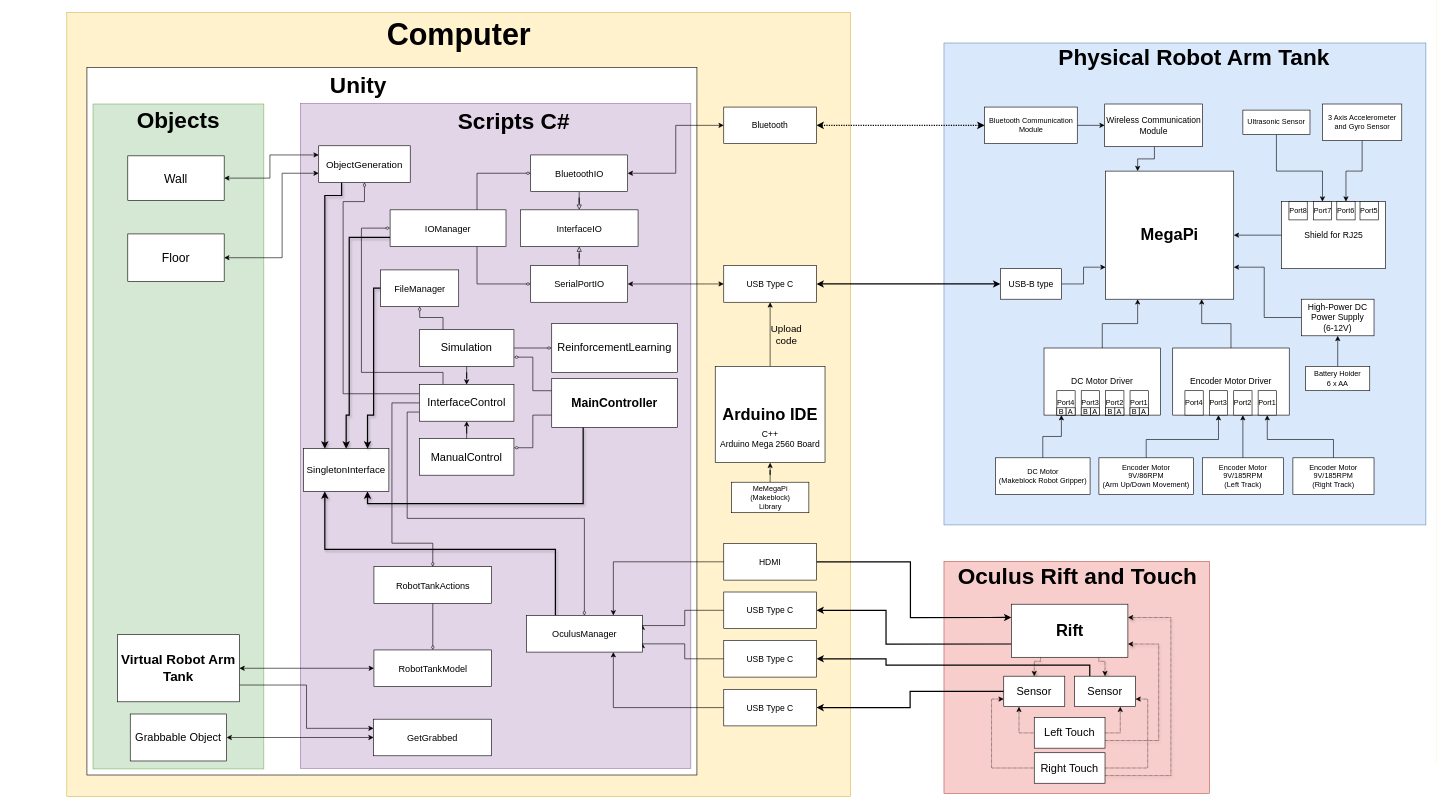
crirex/Robotic_Arm keeps this draw.io diagram as Documentation/Diagram/Mobile Robotic Manipulator.drawio. Above is the earlier version. Source tidied: cells renumbered, new cells numbered last; positions are measured from the earlier drawing's top-left corner, leaving out a move shared by most shapes. Both pictures are drawn from the tidied source at 61%, with x=0, y=0 at pixel (10, 10).
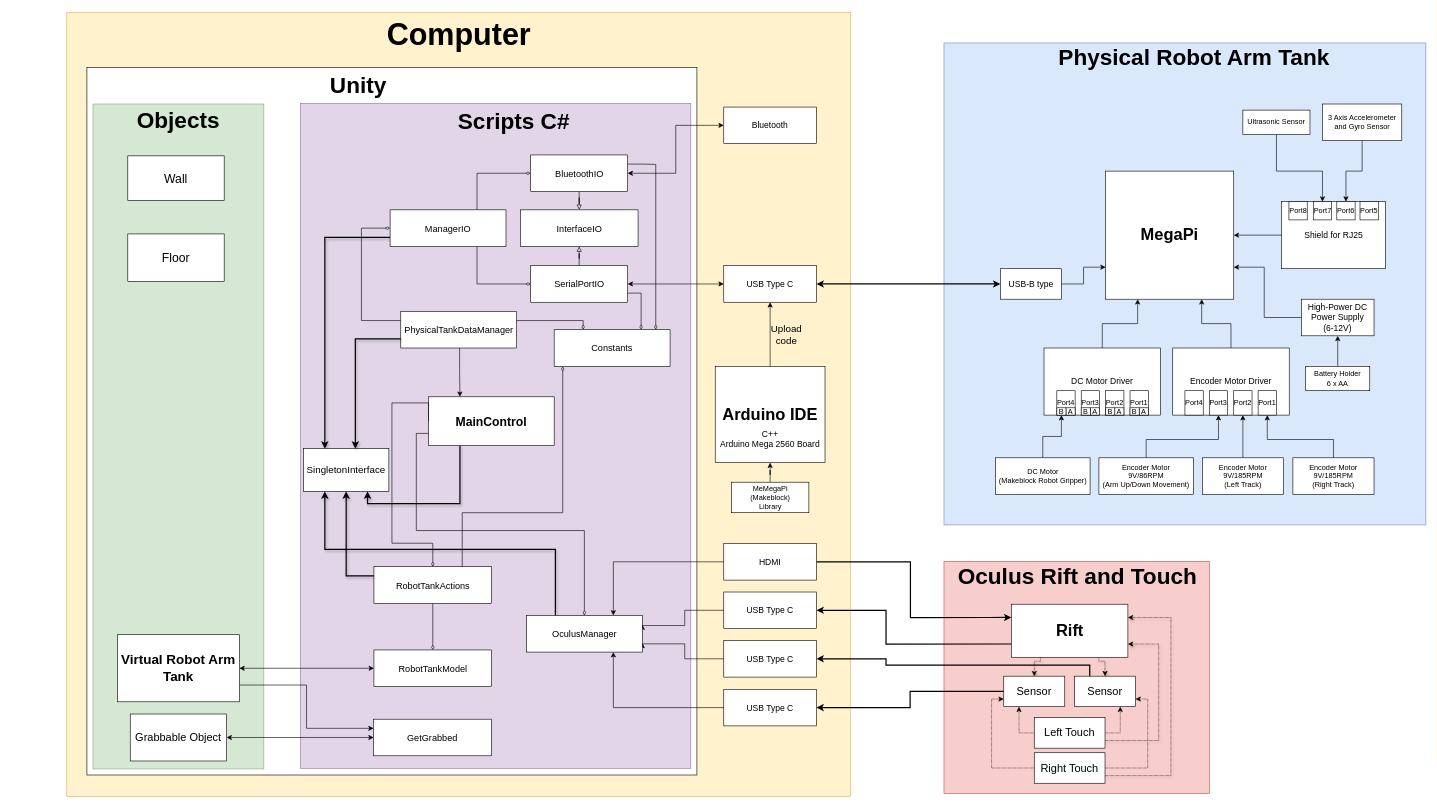
Above is the later version.

The change refers to these unchanged cells:
```xml
<mxCell id="3" value="&lt;font style=&quot;font-size: 27px;&quot;&gt;MegaPi&lt;/font&gt;" style="whiteSpace=wrap;html=1;align=center;fontStyle=1;fontSize=27;" parent="1" vertex="1">
  <mxGeometry x="1795" y="263" width="210" height="210" as="geometry" />
</mxCell>
<mxCell id="81" value="Bluetooth" style="whiteSpace=wrap;html=1;align=center;fontSize=14;" parent="1" vertex="1">
  <mxGeometry x="1169" y="158" width="152" height="60" as="geometry" />
</mxCell>
<mxCell id="96" value="BluetoothIO" style="whiteSpace=wrap;html=1;align=center;fontSize=15;" parent="1" vertex="1">
  <mxGeometry x="852.5" y="236.5" width="159" height="60" as="geometry" />
</mxCell>
<mxCell id="99" value="SerialPortIO" style="whiteSpace=wrap;html=1;align=center;fontSize=15;" parent="1" vertex="1">
  <mxGeometry x="852.5" y="418" width="159" height="60" as="geometry" />
</mxCell>
<mxCell id="113" value="OculusManager" style="whiteSpace=wrap;html=1;align=center;fontSize=15;" parent="1" vertex="1">
  <mxGeometry x="845.5" y="991.5" width="190" height="60" as="geometry" />
</mxCell>
<mxCell id="120" value="&lt;span style=&quot;font-size: 20px;&quot;&gt;Floor&lt;br style=&quot;font-size: 20px;&quot;&gt;&lt;/span&gt;" style="whiteSpace=wrap;html=1;align=center;fontSize=20;fontStyle=0;" parent="1" vertex="1">
  <mxGeometry x="192" y="366" width="158" height="78" as="geometry" />
</mxCell>
<mxCell id="124" value="&lt;span style=&quot;font-size: 20px;&quot;&gt;Wall&lt;/span&gt;" style="whiteSpace=wrap;html=1;align=center;fontSize=20;fontStyle=0;" parent="1" vertex="1">
  <mxGeometry x="192" y="238" width="158" height="73" as="geometry" />
</mxCell>
<mxCell id="129" value="RobotTankActions" style="whiteSpace=wrap;html=1;align=center;fontSize=15;" parent="1" vertex="1">
  <mxGeometry x="595.5" y="911.5" width="193" height="60" as="geometry" />
</mxCell>
<mxCell id="130" value="SingletonInterface" style="whiteSpace=wrap;html=1;align=center;fontSize=16;" parent="1" vertex="1">
  <mxGeometry x="480" y="718" width="140" height="70" as="geometry" />
</mxCell>
```

What changed in the source:
```diff
@@
-    <mxCell id="49" style="edgeStyle=orthogonalEdgeStyle;rounded=0;jettySize=auto;html=1;entryX=0.25;entryY=0;entryDx=0;entryDy=0;fontSize=27;" parent="1" edge="1" source="50" target="3">
-      <mxGeometry relative="1" as="geometry">
-        <Array as="points">
-          <mxPoint x="1875" y="243" />
-          <mxPoint x="1847" y="243" />
-        </Array>
-      </mxGeometry>
-    </mxCell>
-    <mxCell id="50" value="Wireless Communication Module" style="whiteSpace=wrap;html=1;align=center;fontSize=14;" parent="1" vertex="1">
-      <mxGeometry x="1793.5" y="153" width="160" height="70" as="geometry" />
-    </mxCell>
-    <mxCell id="51" style="edgeStyle=orthogonalEdgeStyle;rounded=0;jettySize=auto;html=1;entryX=0;entryY=0.5;entryDx=0;entryDy=0;fontSize=12;" parent="1" edge="1" source="52" target="50">
-      <mxGeometry relative="1" as="geometry" />
-    </mxCell>
-    <mxCell id="52" value="Bluetooth Communication Module" style="whiteSpace=wrap;html=1;align=center;fontSize=12;" parent="1" vertex="1">
-      <mxGeometry x="1596.5" y="158" width="152" height="60" as="geometry" />
-    </mxCell>
@@
-    <mxCell id="54" style="edgeStyle=none;rounded=0;comic=0;jumpStyle=none;jettySize=auto;html=1;entryX=0;entryY=0.5;entryDx=0;entryDy=0;shadow=0;startArrow=classic;startFill=1;strokeColor=#000000;strokeWidth=2;fontSize=14;dashed=1;dashPattern=1 1;" parent="1" edge="1" source="81" target="52">
-      <mxGeometry relative="1" as="geometry" />
-    </mxCell>
@@
-    <mxCell id="100" style="edgeStyle=orthogonalEdgeStyle;rounded=0;jettySize=auto;html=1;exitX=0;exitY=0.25;exitDx=0;exitDy=0;entryX=1;entryY=0.75;entryDx=0;entryDy=0;startArrow=none;startFill=0;endArrow=diamondThin;endFill=0;fontSize=20;" parent="1" edge="1" source="103" target="134">
-      <mxGeometry relative="1" as="geometry" />
-    </mxCell>
-    <mxCell id="101" style="edgeStyle=orthogonalEdgeStyle;rounded=0;jettySize=auto;html=1;exitX=0;exitY=0.75;exitDx=0;exitDy=0;entryX=1;entryY=0.25;entryDx=0;entryDy=0;startArrow=none;startFill=0;endArrow=diamondThin;endFill=0;fontSize=20;" parent="1" edge="1" source="103" target="137">
-      <mxGeometry relative="1" as="geometry" />
-    </mxCell>
-    <mxCell id="102" style="edgeStyle=orthogonalEdgeStyle;rounded=0;jettySize=auto;html=1;exitX=0.25;exitY=1;exitDx=0;exitDy=0;entryX=0.75;entryY=1;entryDx=0;entryDy=0;shadow=1;startArrow=none;startFill=0;endArrow=classic;endFill=1;strokeWidth=2;fontSize=16;" parent="1" edge="1" source="103" target="130">
+    <mxCell id="102" style="edgeStyle=orthogonalEdgeStyle;rounded=0;jettySize=auto;html=1;exitX=0.25;exitY=1;exitDx=0;exitDy=0;shadow=1;startArrow=none;startFill=0;endArrow=classic;endFill=1;strokeWidth=2;fontSize=16;entryX=0.75;entryY=1;entryDx=0;entryDy=0;" parent="1" edge="1" source="103" target="130">
       <mxGeometry relative="1" as="geometry" />
     </mxCell>
-    <mxCell id="103" value="MainController" style="whiteSpace=wrap;html=1;align=center;fontSize=20;fontStyle=1;" parent="1" vertex="1">
-      <mxGeometry x="887" y="603" width="206" height="80" as="geometry" />
+    <mxCell id="103" value="MainControl" style="whiteSpace=wrap;html=1;align=center;fontSize=20;fontStyle=1;" parent="1" vertex="1">
+      <mxGeometry x="685" y="633" width="206" height="80" as="geometry" />
     </mxCell>
@@
-    <mxCell id="106" style="edgeStyle=orthogonalEdgeStyle;rounded=0;jettySize=auto;html=1;exitX=0;exitY=0.75;exitDx=0;exitDy=0;entryX=0.5;entryY=0;entryDx=0;entryDy=0;shadow=1;startArrow=none;startFill=0;endArrow=classic;endFill=1;fontSize=16;strokeWidth=2;" parent="1" edge="1" source="107" target="130">
+    <mxCell id="106" style="edgeStyle=orthogonalEdgeStyle;rounded=0;jettySize=auto;html=1;exitX=0;exitY=0.75;exitDx=0;exitDy=0;shadow=1;startArrow=none;startFill=0;endArrow=classic;endFill=1;fontSize=16;strokeWidth=2;" parent="1" edge="1" source="107" target="130">
       <mxGeometry relative="1" as="geometry">
         <Array as="points">
-          <mxPoint x="555" y="371" />
-          <mxPoint x="555" y="663" />
-          <mxPoint x="550" y="663" />
+          <mxPoint x="515" y="372" />
         </Array>
       </mxGeometry>
     </mxCell>
-    <mxCell id="107" value="IOManager" style="whiteSpace=wrap;html=1;align=center;fontSize=15;" parent="1" vertex="1">
+    <mxCell id="107" value="ManagerIO" style="whiteSpace=wrap;html=1;align=center;fontSize=15;" parent="1" vertex="1">
       <mxGeometry x="622" y="326.5" width="190" height="60" as="geometry" />
     </mxCell>
@@
-    <mxCell id="119" style="edgeStyle=orthogonalEdgeStyle;rounded=0;jettySize=auto;html=1;exitX=1;exitY=0.5;exitDx=0;exitDy=0;entryX=0;entryY=0.75;entryDx=0;entryDy=0;startArrow=classic;startFill=1;endArrow=classic;endFill=1;fontSize=20;" parent="1" edge="1" source="120" target="127">
-      <mxGeometry relative="1" as="geometry">
-        <Array as="points">
-          <mxPoint x="445" y="405" />
-          <mxPoint x="445" y="266" />
-        </Array>
-      </mxGeometry>
-    </mxCell>
@@
-    <mxCell id="123" style="edgeStyle=orthogonalEdgeStyle;rounded=0;jettySize=auto;html=1;exitX=1;exitY=0.5;exitDx=0;exitDy=0;entryX=0;entryY=0.25;entryDx=0;entryDy=0;startArrow=classic;startFill=1;endArrow=classic;endFill=1;fontSize=20;" parent="1" edge="1" source="124" target="127">
-      <mxGeometry relative="1" as="geometry">
-        <Array as="points">
-          <mxPoint x="425" y="275" />
-          <mxPoint x="425" y="236" />
-        </Array>
-      </mxGeometry>
-    </mxCell>
@@
-    <mxCell id="126" style="edgeStyle=orthogonalEdgeStyle;rounded=0;jettySize=auto;html=1;exitX=0.25;exitY=1;exitDx=0;exitDy=0;entryX=0.25;entryY=0;entryDx=0;entryDy=0;startArrow=none;startFill=0;endArrow=classic;endFill=1;fontSize=16;shadow=1;strokeWidth=2;" parent="1" edge="1" source="127" target="130">
-      <mxGeometry relative="1" as="geometry">
-        <Array as="points">
-          <mxPoint x="543" y="303" />
-          <mxPoint x="515" y="303" />
-        </Array>
-      </mxGeometry>
-    </mxCell>
-    <mxCell id="127" value="&lt;span style=&quot;font-size: 16px&quot;&gt;ObjectGeneration&lt;/span&gt;" style="whiteSpace=wrap;html=1;align=center;fontSize=16;fontStyle=0;" parent="1" vertex="1">
-      <mxGeometry x="505" y="221.5" width="150" height="60" as="geometry" />
-    </mxCell>
@@
-    <mxCell id="131" style="edgeStyle=orthogonalEdgeStyle;rounded=0;jettySize=auto;html=1;entryX=0.5;entryY=0;entryDx=0;entryDy=0;startArrow=none;startFill=0;endArrow=classic;endFill=1;fontSize=20;" parent="1" edge="1" source="134" target="142">
-      <mxGeometry relative="1" as="geometry" />
-    </mxCell>
-    <mxCell id="132" style="edgeStyle=orthogonalEdgeStyle;rounded=0;jettySize=auto;html=1;entryX=0;entryY=0.5;entryDx=0;entryDy=0;startArrow=none;startFill=0;endArrow=diamondThin;endFill=0;fontSize=20;" parent="1" edge="1" source="134" target="135">
-      <mxGeometry relative="1" as="geometry" />
-    </mxCell>
-    <mxCell id="133" style="edgeStyle=orthogonalEdgeStyle;rounded=0;jettySize=auto;html=1;exitX=0.25;exitY=0;exitDx=0;exitDy=0;entryX=0.5;entryY=1;entryDx=0;entryDy=0;startArrow=none;startFill=0;endArrow=diamondThin;endFill=0;fontSize=20;" parent="1" edge="1" source="134" target="144">
-      <mxGeometry relative="1" as="geometry" />
-    </mxCell>
-    <mxCell id="134" value="Simulation" style="whiteSpace=wrap;html=1;align=center;fontSize=18;" parent="1" vertex="1">
-      <mxGeometry x="670" y="523" width="155" height="60" as="geometry" />
-    </mxCell>
-    <mxCell id="135" value="ReinforcementLearning" style="whiteSpace=wrap;html=1;align=center;fontSize=18;" parent="1" vertex="1">
-      <mxGeometry x="887" y="513" width="206" height="80" as="geometry" />
-    </mxCell>
-    <mxCell id="136" style="edgeStyle=orthogonalEdgeStyle;rounded=0;jettySize=auto;html=1;entryX=0.5;entryY=1;entryDx=0;entryDy=0;startArrow=none;startFill=0;endArrow=classic;endFill=1;fontSize=20;" parent="1" edge="1" source="137" target="142">
-      <mxGeometry relative="1" as="geometry" />
-    </mxCell>
-    <mxCell id="137" value="ManualControl" style="whiteSpace=wrap;html=1;align=center;fontSize=18;" parent="1" vertex="1">
-      <mxGeometry x="670" y="701.5" width="155" height="60" as="geometry" />
-    </mxCell>
-    <mxCell id="138" style="edgeStyle=orthogonalEdgeStyle;rounded=0;jettySize=auto;html=1;exitX=0;exitY=0.75;exitDx=0;exitDy=0;entryX=0.5;entryY=0;entryDx=0;entryDy=0;startArrow=none;startFill=0;endArrow=diamondThin;endFill=0;fontSize=20;" parent="1" edge="1" source="142" target="113">
+    <mxCell id="138" style="edgeStyle=orthogonalEdgeStyle;rounded=0;jettySize=auto;html=1;exitX=0;exitY=0.75;exitDx=0;exitDy=0;entryX=0.5;entryY=0;entryDx=0;entryDy=0;startArrow=none;startFill=0;endArrow=diamondThin;endFill=0;fontSize=20;" parent="1" edge="1" source="103" target="113">
       <mxGeometry relative="1" as="geometry" />
     </mxCell>
-    <mxCell id="139" style="edgeStyle=orthogonalEdgeStyle;rounded=0;jettySize=auto;html=1;exitX=0;exitY=0.5;exitDx=0;exitDy=0;entryX=0.5;entryY=0;entryDx=0;entryDy=0;startArrow=none;startFill=0;endArrow=diamondThin;endFill=0;fontSize=20;" parent="1" edge="1" source="142" target="129">
+    <mxCell id="139" style="edgeStyle=orthogonalEdgeStyle;rounded=0;jettySize=auto;html=1;exitX=0;exitY=0.5;exitDx=0;exitDy=0;entryX=0.5;entryY=0;entryDx=0;entryDy=0;startArrow=none;startFill=0;endArrow=diamondThin;endFill=0;fontSize=20;" parent="1" edge="1" source="103" target="129">
       <mxGeometry relative="1" as="geometry">
         <Array as="points">
           <mxPoint x="625" y="643" />
           <mxPoint x="625" y="873" />
           <mxPoint x="692" y="873" />
         </Array>
       </mxGeometry>
     </mxCell>
-    <mxCell id="140" style="edgeStyle=orthogonalEdgeStyle;rounded=0;jettySize=auto;html=1;exitX=0;exitY=0.25;exitDx=0;exitDy=0;entryX=0.5;entryY=1;entryDx=0;entryDy=0;startArrow=none;startFill=0;endArrow=diamondThin;endFill=0;fontSize=20;" parent="1" edge="1" source="142" target="127">
-      <mxGeometry relative="1" as="geometry">
-        <Array as="points">
-          <mxPoint x="545" y="628" />
-          <mxPoint x="545" y="313" />
-          <mxPoint x="580" y="313" />
-        </Array>
-      </mxGeometry>
-    </mxCell>
-    <mxCell id="141" style="edgeStyle=orthogonalEdgeStyle;rounded=0;jettySize=auto;html=1;exitX=0.25;exitY=0;exitDx=0;exitDy=0;entryX=0;entryY=0.5;entryDx=0;entryDy=0;startArrow=none;startFill=0;endArrow=diamondThin;endFill=0;fontSize=20;" parent="1" edge="1" source="142" target="107">
+    <mxCell id="141" style="edgeStyle=orthogonalEdgeStyle;rounded=0;jettySize=auto;html=1;exitX=0;exitY=0.25;exitDx=0;exitDy=0;entryX=0;entryY=0.5;entryDx=0;entryDy=0;startArrow=none;startFill=0;endArrow=diamondThin;endFill=0;fontSize=20;" parent="1" edge="1" source="147" target="107">
       <mxGeometry relative="1" as="geometry">
         <Array as="points">
-          <mxPoint x="709" y="593" />
-          <mxPoint x="575" y="593" />
+          <mxPoint x="575" y="508" />
           <mxPoint x="575" y="357" />
         </Array>
       </mxGeometry>
     </mxCell>
-    <mxCell id="142" value="InterfaceControl" style="whiteSpace=wrap;html=1;align=center;fontSize=18;" parent="1" vertex="1">
-      <mxGeometry x="670" y="613" width="155" height="60" as="geometry" />
-    </mxCell>
-    <mxCell id="143" style="edgeStyle=orthogonalEdgeStyle;rounded=0;jettySize=auto;html=1;exitX=0;exitY=0.5;exitDx=0;exitDy=0;entryX=0.75;entryY=0;entryDx=0;entryDy=0;shadow=1;startArrow=none;startFill=0;endArrow=classic;endFill=1;fontSize=16;strokeWidth=2;" parent="1" edge="1" source="144" target="130">
-      <mxGeometry relative="1" as="geometry">
-        <Array as="points">
-          <mxPoint x="595" y="455" />
-          <mxPoint x="595" y="663" />
-          <mxPoint x="585" y="663" />
-        </Array>
-      </mxGeometry>
-    </mxCell>
-    <mxCell id="144" value="FileManager" style="whiteSpace=wrap;html=1;align=center;fontSize=15;" parent="1" vertex="1">
-      <mxGeometry x="606.5" y="425" width="128" height="60" as="geometry" />
-    </mxCell>
+    <mxCell id="145" value="Constants" style="whiteSpace=wrap;html=1;align=center;fontSize=15;" parent="1" vertex="1">
+      <mxGeometry x="891" y="523" width="190" height="60" as="geometry" />
+    </mxCell>
+    <mxCell id="146" style="edgeStyle=orthogonalEdgeStyle;rounded=0;jettySize=auto;html=1;entryX=0.25;entryY=0;entryDx=0;entryDy=0;" parent="1" edge="1" source="147" target="103">
+      <mxGeometry relative="1" as="geometry">
+        <Array as="points">
+          <mxPoint x="736" y="593" />
+          <mxPoint x="737" y="593" />
+        </Array>
+      </mxGeometry>
+    </mxCell>
+    <mxCell id="147" value="PhysicalTankDataManager" style="whiteSpace=wrap;html=1;align=center;fontSize=15;" parent="1" vertex="1">
+      <mxGeometry x="639.5" y="493" width="190" height="60" as="geometry" />
+    </mxCell>
+    <mxCell id="148" style="edgeStyle=orthogonalEdgeStyle;rounded=0;jettySize=auto;html=1;exitX=0;exitY=0.75;exitDx=0;exitDy=0;shadow=1;startArrow=none;startFill=0;endArrow=classic;endFill=1;fontSize=16;strokeWidth=2;" parent="1" edge="1" source="147" target="130">
+      <mxGeometry relative="1" as="geometry">
+        <Array as="points">
+          <mxPoint x="565" y="538" />
+        </Array>
+      </mxGeometry>
+    </mxCell>
+    <mxCell id="149" style="edgeStyle=orthogonalEdgeStyle;rounded=0;jettySize=auto;html=1;exitX=0;exitY=0.25;exitDx=0;exitDy=0;entryX=0.5;entryY=1;entryDx=0;entryDy=0;shadow=1;startArrow=none;startFill=0;endArrow=classic;endFill=1;fontSize=16;strokeWidth=2;" parent="1" edge="1" source="129" target="130">
+      <mxGeometry relative="1" as="geometry">
+        <Array as="points">
+          <mxPoint x="550" y="927" />
+        </Array>
+      </mxGeometry>
+    </mxCell>
+    <mxCell id="150" style="edgeStyle=orthogonalEdgeStyle;rounded=0;jettySize=auto;html=1;exitX=1;exitY=0.75;exitDx=0;exitDy=0;entryX=0.75;entryY=0;entryDx=0;entryDy=0;startArrow=none;startFill=0;endArrow=diamondThin;endFill=0;fontSize=20;" parent="1" edge="1" source="99" target="145">
+      <mxGeometry relative="1" as="geometry">
+        <Array as="points">
+          <mxPoint x="1033" y="463" />
+        </Array>
+      </mxGeometry>
+    </mxCell>
+    <mxCell id="151" style="edgeStyle=orthogonalEdgeStyle;rounded=0;jettySize=auto;html=1;exitX=1;exitY=0.25;exitDx=0;exitDy=0;entryX=0.75;entryY=0;entryDx=0;entryDy=0;startArrow=none;startFill=0;endArrow=diamondThin;endFill=0;fontSize=20;" parent="1" edge="1" source="96">
+      <mxGeometry relative="1" as="geometry">
+        <mxPoint x="1057.5" y="523" as="targetPoint" />
+        <Array as="points">
+          <mxPoint x="1035" y="252" />
+          <mxPoint x="1058" y="252" />
+        </Array>
+      </mxGeometry>
+    </mxCell>
+    <mxCell id="152" style="edgeStyle=orthogonalEdgeStyle;rounded=0;jettySize=auto;html=1;exitX=1;exitY=0.25;exitDx=0;exitDy=0;entryX=0.25;entryY=0;entryDx=0;entryDy=0;startArrow=none;startFill=0;endArrow=diamondThin;endFill=0;fontSize=20;" parent="1" edge="1" source="147" target="145">
+      <mxGeometry relative="1" as="geometry">
+        <Array as="points">
+          <mxPoint x="939" y="508" />
+        </Array>
+      </mxGeometry>
+    </mxCell>
+    <mxCell id="153" style="edgeStyle=orthogonalEdgeStyle;rounded=0;jettySize=auto;html=1;exitX=0.75;exitY=0;exitDx=0;exitDy=0;startArrow=none;startFill=0;endArrow=diamondThin;endFill=0;fontSize=20;" parent="1" edge="1" source="129" target="145">
+      <mxGeometry relative="1" as="geometry">
+        <Array as="points">
+          <mxPoint x="740" y="823" />
+          <mxPoint x="905" y="823" />
+        </Array>
+      </mxGeometry>
+    </mxCell>
```
